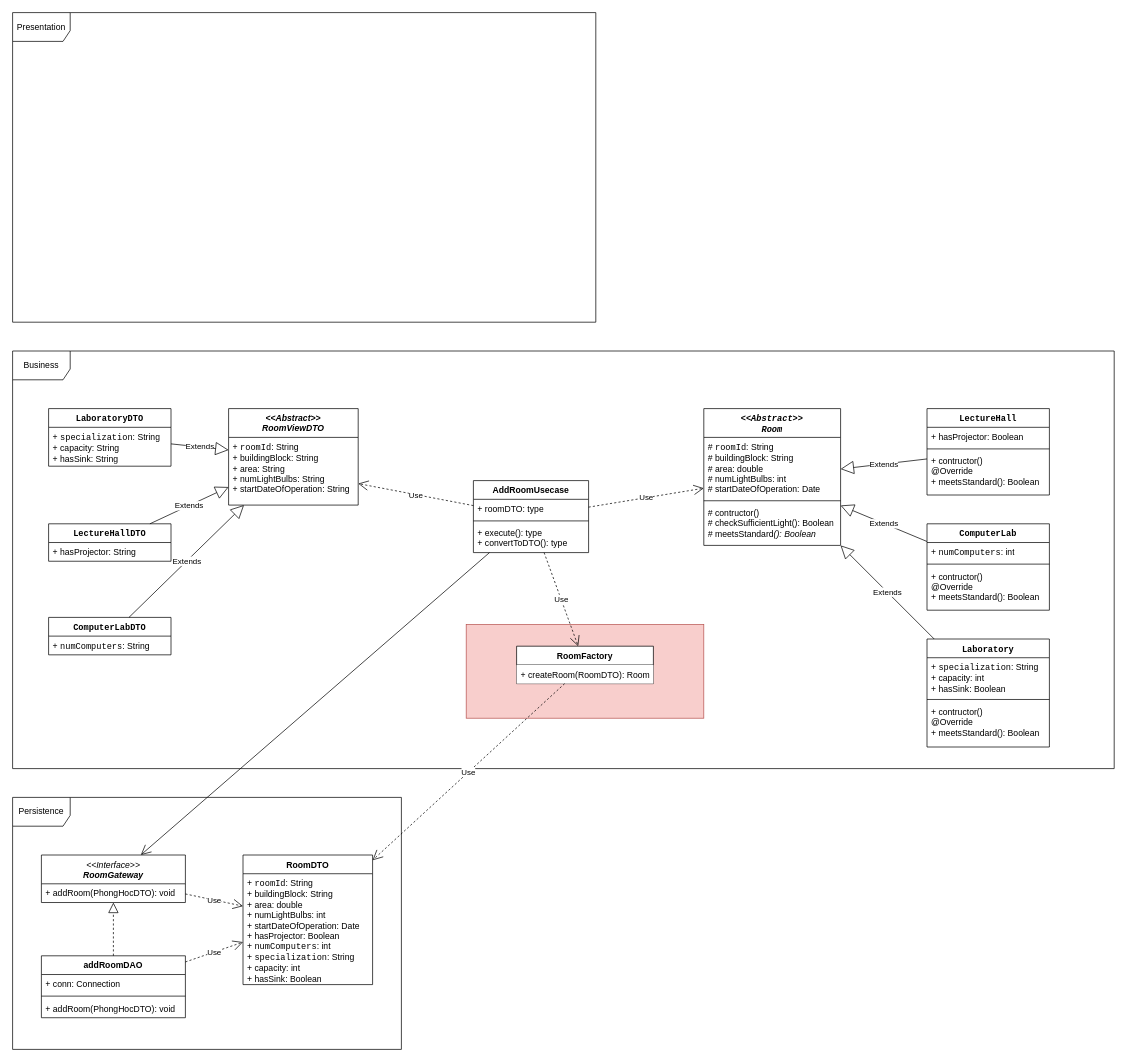
Before: UML.drawio in Axyl1410/DP_k17_1, a draw.io diagram. Source tidied: cells renumbered, new cells numbered last; positions are measured from the earlier drawing's top-left corner, leaving out a move shared by most shapes. Both pictures are drawn from the tidied source at 72%, with x=0, y=0 at pixel (12, 12).
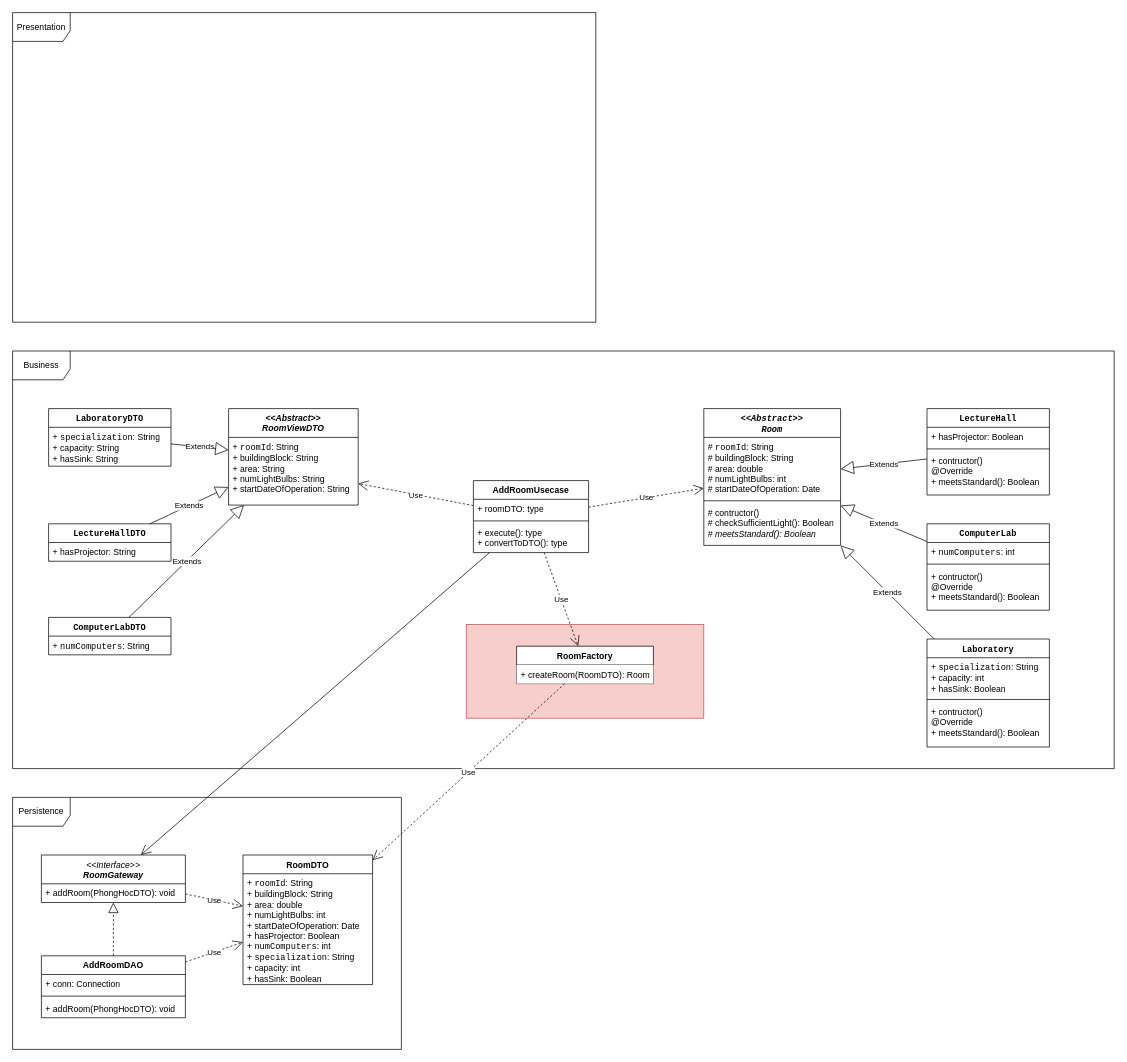
After the change.

Commit message (it also covers changes not shown here):
Add room management functionality with DTOs and model classes for different room types. Implemented database connection for room addition and updated UML diagram. Added requirements documentation.

Unchanged cells that the change refers to:
```xml
<mxCell id="6" value="&lt;div&gt;&lt;code&gt;&lt;i&gt;&lt;font&gt;&amp;lt;&amp;lt;Abstract&amp;gt;&amp;gt;&lt;/font&gt;&lt;/i&gt;&lt;/code&gt;&lt;/div&gt;&lt;font face=&quot;monospace&quot;&gt;&lt;i&gt;Room&lt;/i&gt;&lt;/font&gt;" style="swimlane;fontStyle=1;align=center;verticalAlign=top;horizontal=1;startSize=40;whiteSpace=wrap;html=1;fontColor=default;rounded=0;" parent="1" vertex="1">
  <mxGeometry x="960" y="550" width="190" height="190" as="geometry" />
</mxCell>
```

Diff of the diagram source:
```diff
@@
-    <mxCell id="9" value="# contructor()&amp;nbsp;&lt;br&gt;# checkSufficientLight(): Boolean&lt;div&gt;&lt;i&gt;#&amp;nbsp;&lt;/i&gt;meetsStandard&lt;i&gt;(): Boolean&lt;/i&gt;&lt;/div&gt;" style="text;strokeColor=none;fillColor=none;align=left;verticalAlign=top;spacingLeft=4;spacingRight=4;overflow=hidden;whiteSpace=wrap;html=1;fontColor=default;rounded=0;" parent="6" vertex="1">
+    <mxCell id="9" value="# contructor()&amp;nbsp;&lt;br&gt;# checkSufficientLight(): Boolean&lt;div&gt;&lt;i&gt;#&amp;nbsp;meetsStandard(): Boolean&lt;/i&gt;&lt;/div&gt;" style="text;strokeColor=none;fillColor=none;align=left;verticalAlign=top;spacingLeft=4;spacingRight=4;overflow=hidden;whiteSpace=wrap;html=1;fontColor=default;rounded=0;" parent="6" vertex="1">
       <mxGeometry y="132" width="190" height="58" as="geometry" />
     </mxCell>
@@
-    <mxCell id="25" value="addRoomDAO" style="swimlane;fontStyle=1;align=center;verticalAlign=top;horizontal=1;startSize=26;whiteSpace=wrap;html=1;fontColor=default;rounded=0;" parent="1" vertex="1">
+    <mxCell id="25" value="AddRoomDAO" style="swimlane;fontStyle=1;align=center;verticalAlign=top;horizontal=1;startSize=26;whiteSpace=wrap;html=1;fontColor=default;rounded=0;" parent="1" vertex="1">
       <mxGeometry x="40" y="1310" width="200" height="86" as="geometry" />
     </mxCell>
```
